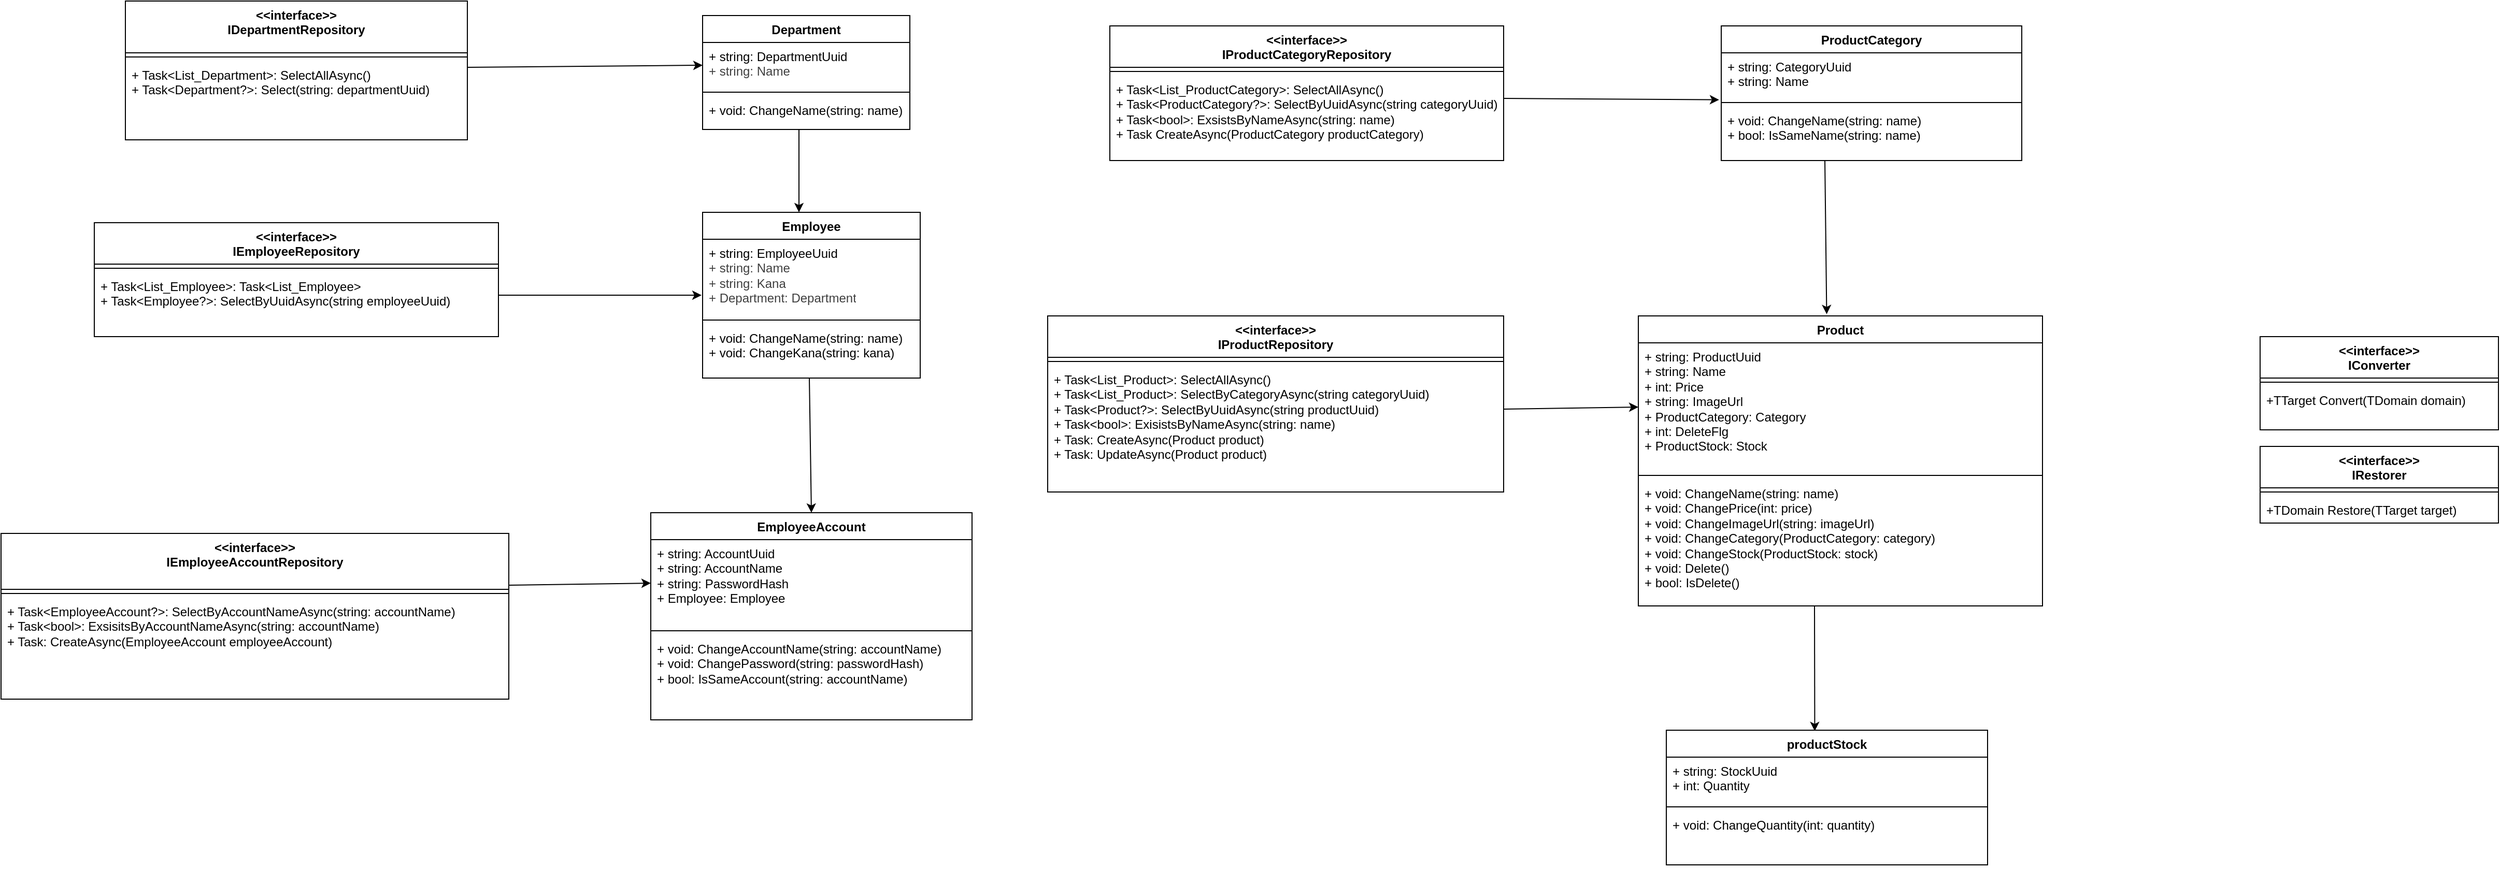
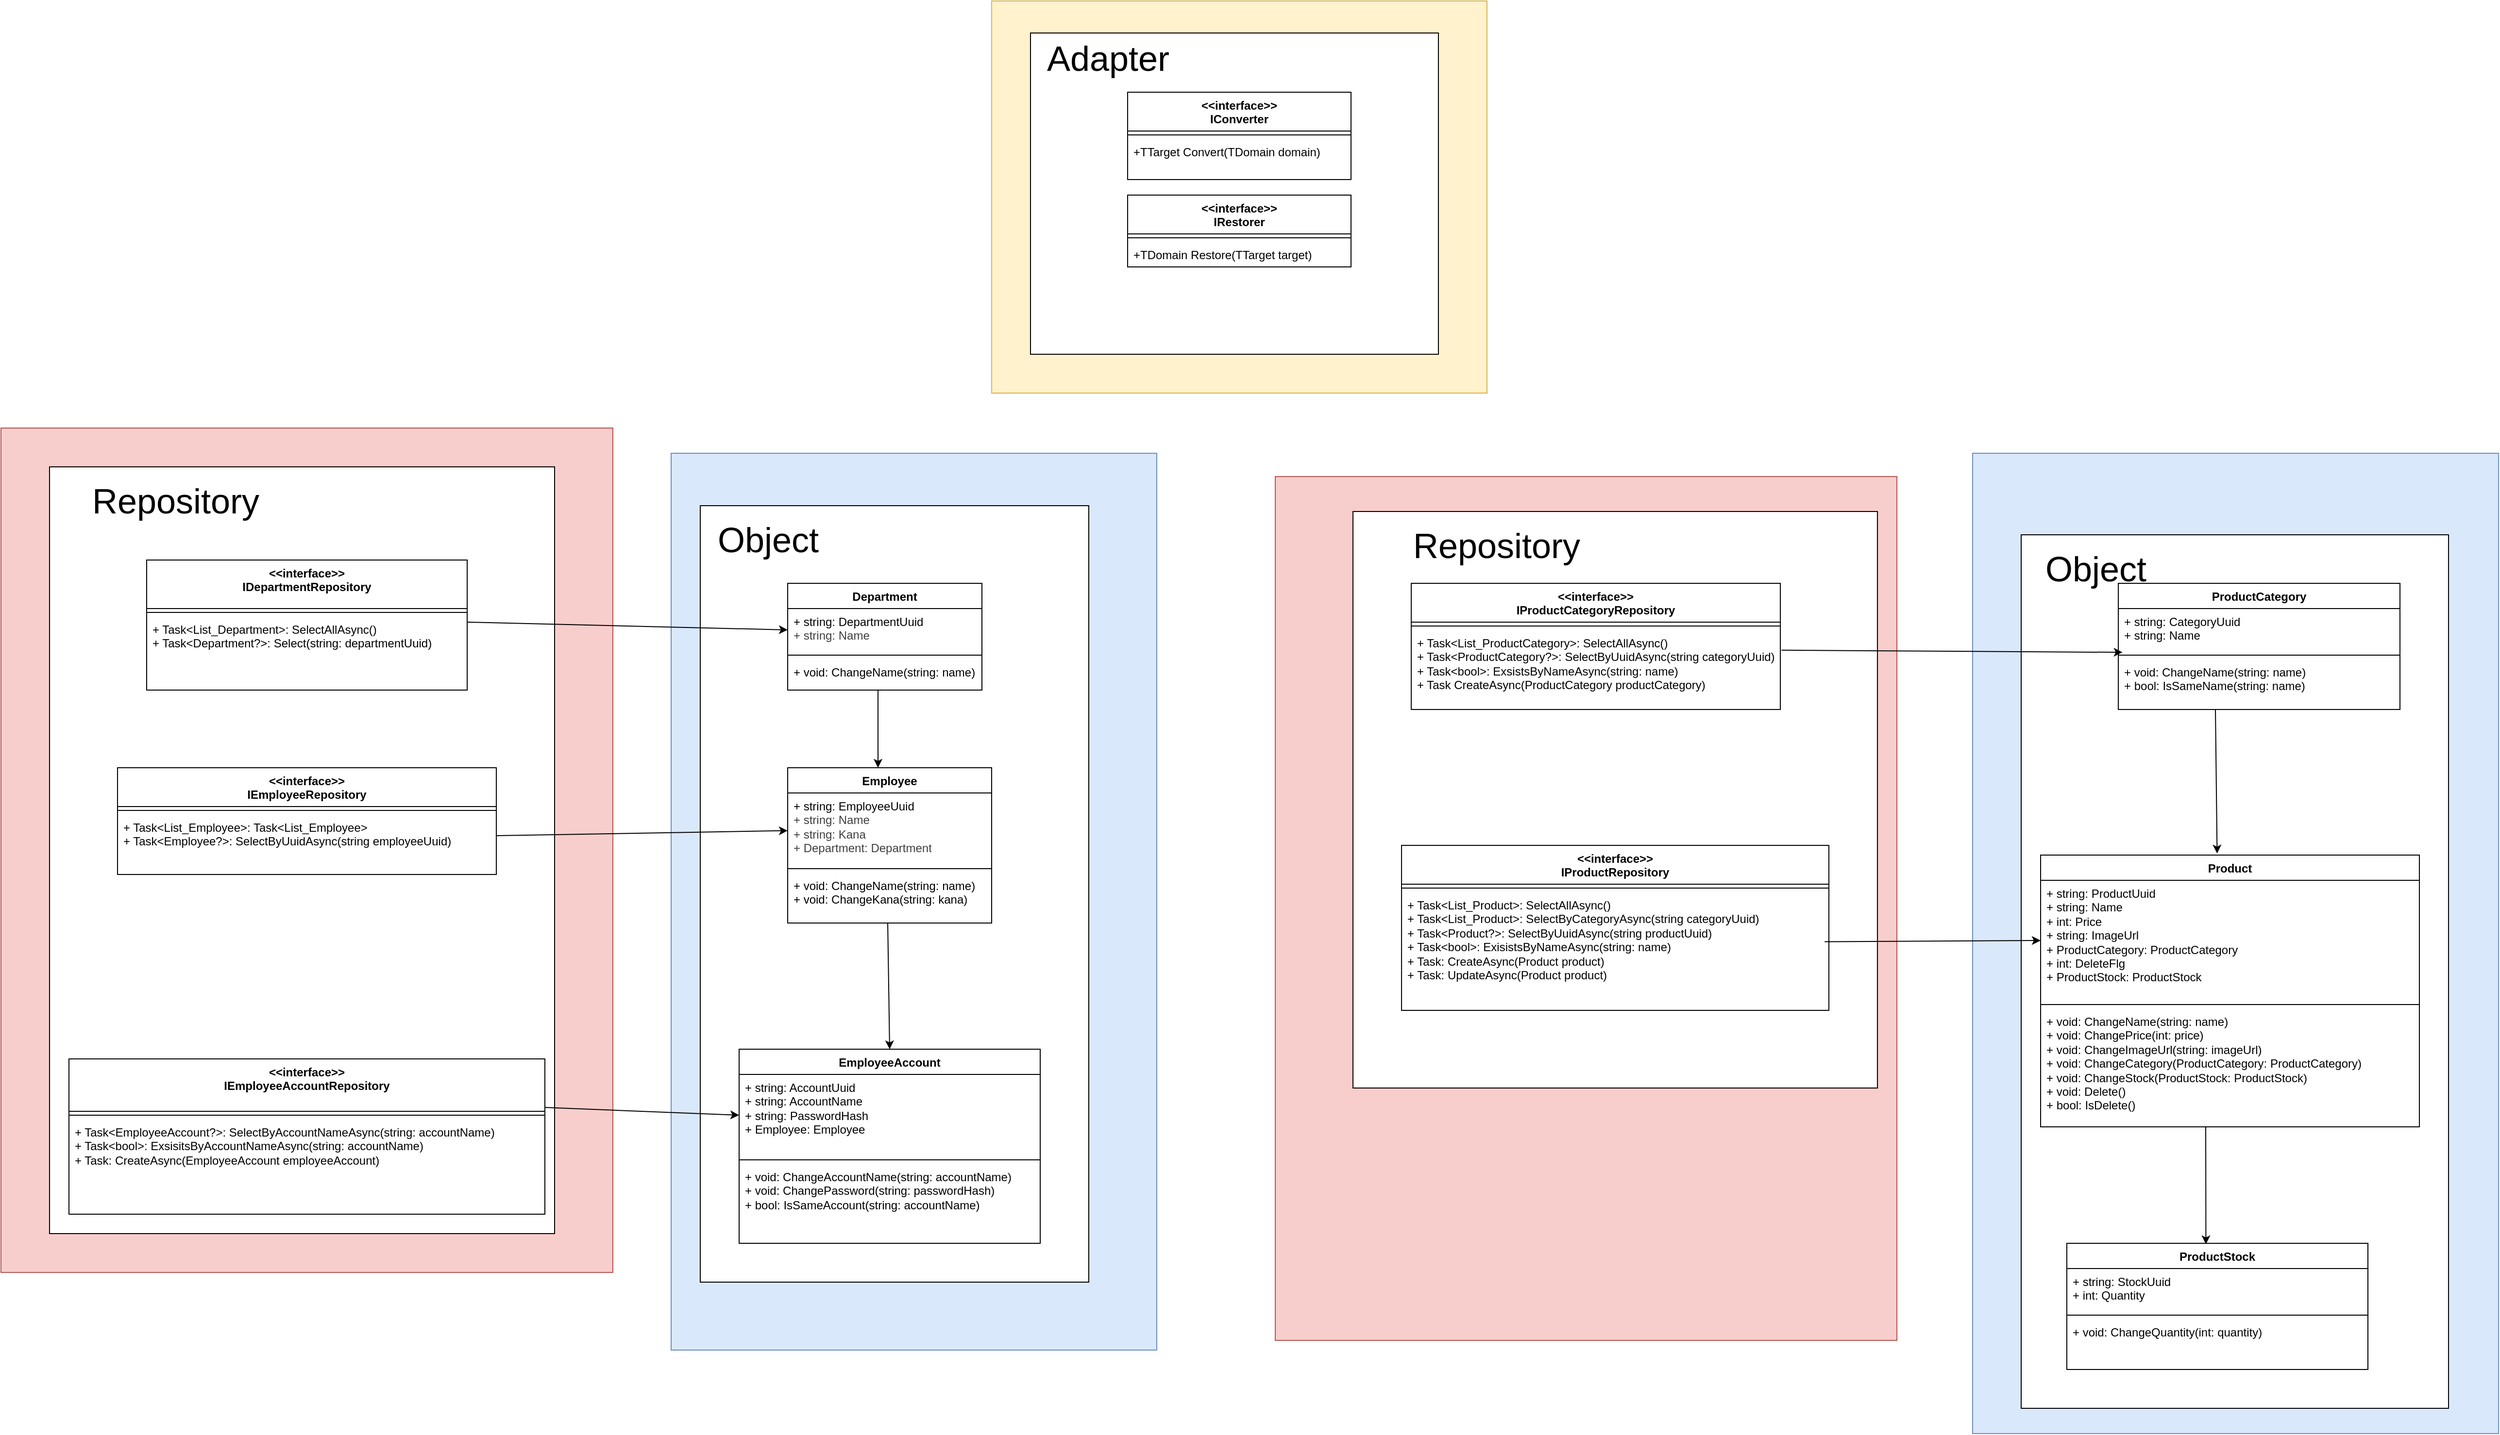
<mxfile host="65bd71144e">
    <diagram id="KKfMD3SemsG6aV6jb4rE" name="ページ1">
-         <mxGraphModel dx="3729" dy="2299" grid="1" gridSize="10" guides="1" tooltips="1" connect="1" arrows="1" fold="1" page="1" pageScale="1" pageWidth="827" pageHeight="1169" math="0" shadow="0">
+         <mxGraphModel dx="3924" dy="2544" grid="1" gridSize="10" guides="1" tooltips="1" connect="1" arrows="1" fold="1" page="1" pageScale="1" pageWidth="827" pageHeight="1169" math="0" shadow="0">
            <root>
                <mxCell id="0"/>
                <mxCell id="1" parent="0"/>
+                 <mxCell id="88" value="" style="rounded=0;whiteSpace=wrap;html=1;fillColor=#dae8fc;strokeColor=#6c8ebf;" vertex="1" parent="1">
+                     <mxGeometry x="420" y="-414" width="541.5" height="1010" as="geometry"/>
+                 </mxCell>
+                 <mxCell id="87" value="" style="rounded=0;whiteSpace=wrap;html=1;" vertex="1" parent="1">
+                     <mxGeometry x="470" y="-330" width="440" height="900" as="geometry"/>
+                 </mxCell>
+                 <mxCell id="85" value="" style="rounded=0;whiteSpace=wrap;html=1;fillColor=#dae8fc;strokeColor=#6c8ebf;" vertex="1" parent="1">
+                     <mxGeometry x="-920" y="-414" width="500" height="924" as="geometry"/>
+                 </mxCell>
+                 <mxCell id="84" value="" style="rounded=0;whiteSpace=wrap;html=1;" vertex="1" parent="1">
+                     <mxGeometry x="-890" y="-360" width="400" height="800" as="geometry"/>
+                 </mxCell>
+                 <mxCell id="82" value="" style="rounded=0;whiteSpace=wrap;html=1;fillColor=#f8cecc;strokeColor=#b85450;" vertex="1" parent="1">
+                     <mxGeometry x="-297.97" y="-390" width="640" height="890" as="geometry"/>
+                 </mxCell>
+                 <mxCell id="80" value="" style="rounded=0;whiteSpace=wrap;html=1;" vertex="1" parent="1">
+                     <mxGeometry x="-217.97" y="-354" width="540" height="594" as="geometry"/>
+                 </mxCell>
+                 <mxCell id="78" value="" style="rounded=0;whiteSpace=wrap;html=1;fillColor=#f8cecc;strokeColor=#b85450;" vertex="1" parent="1">
+                     <mxGeometry x="-1610" y="-440" width="630" height="870" as="geometry"/>
+                 </mxCell>
+                 <mxCell id="77" value="" style="rounded=0;whiteSpace=wrap;html=1;" vertex="1" parent="1">
+                     <mxGeometry x="-1560" y="-400" width="520" height="790" as="geometry"/>
+                 </mxCell>
+                 <mxCell id="76" value="" style="rounded=0;whiteSpace=wrap;html=1;fillColor=#fff2cc;strokeColor=#d6b656;" vertex="1" parent="1">
+                     <mxGeometry x="-590" y="-880" width="510" height="404" as="geometry"/>
+                 </mxCell>
+                 <mxCell id="74" value="" style="rounded=0;whiteSpace=wrap;html=1;" vertex="1" parent="1">
+                     <mxGeometry x="-550" y="-847" width="420" height="331" as="geometry"/>
+                 </mxCell>
                <mxCell id="10" value="EmployeeAccount" style="swimlane;fontStyle=1;align=center;verticalAlign=top;childLayout=stackLayout;horizontal=1;startSize=26;horizontalStack=0;resizeParent=1;resizeParentMax=0;resizeLast=0;collapsible=1;marginBottom=0;whiteSpace=wrap;html=1;" parent="1" vertex="1">
-                     <mxGeometry x="-463" y="190" width="310" height="200" as="geometry"/>
+                     <mxGeometry x="-850" y="200" width="310" height="200" as="geometry"/>
                </mxCell>
                <mxCell id="11" value="+ string: AccountUuid&lt;div&gt;+ string: AccountName&lt;/div&gt;&lt;div&gt;+ string: PasswordHash&lt;/div&gt;&lt;div&gt;+ Employee: Employee&lt;/div&gt;" style="text;strokeColor=none;fillColor=none;align=left;verticalAlign=top;spacingLeft=4;spacingRight=4;overflow=hidden;rotatable=0;points=[[0,0.5],[1,0.5]];portConstraint=eastwest;whiteSpace=wrap;html=1;" parent="10" vertex="1">
                    <mxGeometry y="26" width="310" height="84" as="geometry"/>
                </mxCell>
                <mxCell id="12" value="" style="line;strokeWidth=1;fillColor=none;align=left;verticalAlign=middle;spacingTop=-1;spacingLeft=3;spacingRight=3;rotatable=0;labelPosition=right;points=[];portConstraint=eastwest;strokeColor=inherit;" parent="10" vertex="1">
                    <mxGeometry y="110" width="310" height="8" as="geometry"/>
                </mxCell>
                <mxCell id="13" value="+ void: ChangeAccountName(string: accountName)&lt;div&gt;+ void: ChangePassword(string: passwordHash)&lt;/div&gt;&lt;div&gt;+ bool: IsSameAccount(string: accountName)&lt;/div&gt;" style="text;strokeColor=none;fillColor=none;align=left;verticalAlign=top;spacingLeft=4;spacingRight=4;overflow=hidden;rotatable=0;points=[[0,0.5],[1,0.5]];portConstraint=eastwest;whiteSpace=wrap;html=1;" parent="10" vertex="1">
                    <mxGeometry y="118" width="310" height="82" as="geometry"/>
                </mxCell>
                <mxCell id="14" value="ProductCategory" style="swimlane;fontStyle=1;align=center;verticalAlign=top;childLayout=stackLayout;horizontal=1;startSize=26;horizontalStack=0;resizeParent=1;resizeParentMax=0;resizeLast=0;collapsible=1;marginBottom=0;whiteSpace=wrap;html=1;" parent="1" vertex="1">
                    <mxGeometry x="570" y="-280" width="290" height="130" as="geometry"/>
                </mxCell>
                <mxCell id="15" value="+ string: CategoryUuid&lt;div&gt;+ string: Name&lt;/div&gt;" style="text;strokeColor=none;fillColor=none;align=left;verticalAlign=top;spacingLeft=4;spacingRight=4;overflow=hidden;rotatable=0;points=[[0,0.5],[1,0.5]];portConstraint=eastwest;whiteSpace=wrap;html=1;" parent="14" vertex="1">
                    <mxGeometry y="26" width="290" height="44" as="geometry"/>
                </mxCell>
                <mxCell id="16" value="" style="line;strokeWidth=1;fillColor=none;align=left;verticalAlign=middle;spacingTop=-1;spacingLeft=3;spacingRight=3;rotatable=0;labelPosition=right;points=[];portConstraint=eastwest;strokeColor=inherit;" parent="14" vertex="1">
                    <mxGeometry y="70" width="290" height="8" as="geometry"/>
                </mxCell>
                <mxCell id="70" value="" style="endArrow=classic;html=1;entryX=0.466;entryY=-0.006;entryDx=0;entryDy=0;entryPerimeter=0;" edge="1" parent="14" target="18">
                    <mxGeometry width="50" height="50" relative="1" as="geometry">
                        <mxPoint x="100" y="130" as="sourcePoint"/>
                        <mxPoint x="150" y="80" as="targetPoint"/>
                    </mxGeometry>
                </mxCell>
                <mxCell id="17" value="+ void: ChangeName(string: name)&lt;div&gt;+ bool: IsSameName(string: name)&lt;/div&gt;" style="text;strokeColor=none;fillColor=none;align=left;verticalAlign=top;spacingLeft=4;spacingRight=4;overflow=hidden;rotatable=0;points=[[0,0.5],[1,0.5]];portConstraint=eastwest;whiteSpace=wrap;html=1;" parent="14" vertex="1">
                    <mxGeometry y="78" width="290" height="52" as="geometry"/>
                </mxCell>
                <mxCell id="18" value="Product" style="swimlane;fontStyle=1;align=center;verticalAlign=top;childLayout=stackLayout;horizontal=1;startSize=26;horizontalStack=0;resizeParent=1;resizeParentMax=0;resizeLast=0;collapsible=1;marginBottom=0;whiteSpace=wrap;html=1;" parent="1" vertex="1">
                    <mxGeometry x="490" width="390" height="280" as="geometry"/>
                </mxCell>
-                 <mxCell id="19" value="+ string: ProductUuid&lt;div&gt;+ string: Name&lt;/div&gt;&lt;div&gt;+ int: Price&lt;/div&gt;&lt;div&gt;+ string: ImageUrl&lt;/div&gt;&lt;div&gt;+ ProductCategory: Category&lt;/div&gt;&lt;div&gt;+ int: DeleteFlg&lt;/div&gt;&lt;div&gt;+ ProductStock: Stock&lt;/div&gt;" style="text;strokeColor=none;fillColor=none;align=left;verticalAlign=top;spacingLeft=4;spacingRight=4;overflow=hidden;rotatable=0;points=[[0,0.5],[1,0.5]];portConstraint=eastwest;whiteSpace=wrap;html=1;" parent="18" vertex="1">
+                 <mxCell id="19" value="+ string: ProductUuid&lt;div&gt;+ string: Name&lt;/div&gt;&lt;div&gt;+ int: Price&lt;/div&gt;&lt;div&gt;+ string: ImageUrl&lt;/div&gt;&lt;div&gt;+ ProductCategory: ProductCategory&lt;/div&gt;&lt;div&gt;+ int: DeleteFlg&lt;/div&gt;&lt;div&gt;+ ProductStock: ProductStock&lt;/div&gt;" style="text;strokeColor=none;fillColor=none;align=left;verticalAlign=top;spacingLeft=4;spacingRight=4;overflow=hidden;rotatable=0;points=[[0,0.5],[1,0.5]];portConstraint=eastwest;whiteSpace=wrap;html=1;" parent="18" vertex="1">
                    <mxGeometry y="26" width="390" height="124" as="geometry"/>
                </mxCell>
                <mxCell id="20" value="" style="line;strokeWidth=1;fillColor=none;align=left;verticalAlign=middle;spacingTop=-1;spacingLeft=3;spacingRight=3;rotatable=0;labelPosition=right;points=[];portConstraint=eastwest;strokeColor=inherit;" parent="18" vertex="1">
                    <mxGeometry y="150" width="390" height="8" as="geometry"/>
                </mxCell>
-                 <mxCell id="21" value="+ void: ChangeName(string: name)&lt;div&gt;+ void: ChangePrice(int: price)&lt;/div&gt;&lt;div&gt;+ void: ChangeImageUrl(string: imageUrl)&lt;/div&gt;&lt;div&gt;+ void: ChangeCategory(ProductCategory: category)&lt;/div&gt;&lt;div&gt;+ void: ChangeStock(ProductStock: stock)&lt;/div&gt;&lt;div&gt;+ void: Delete()&lt;/div&gt;&lt;div&gt;+ bool: IsDelete()&amp;nbsp;&lt;/div&gt;" style="text;strokeColor=none;fillColor=none;align=left;verticalAlign=top;spacingLeft=4;spacingRight=4;overflow=hidden;rotatable=0;points=[[0,0.5],[1,0.5]];portConstraint=eastwest;whiteSpace=wrap;html=1;" parent="18" vertex="1">
+                 <mxCell id="21" value="+ void: ChangeName(string: name)&lt;div&gt;+ void: ChangePrice(int: price)&lt;/div&gt;&lt;div&gt;+ void: ChangeImageUrl(string: imageUrl)&lt;/div&gt;&lt;div&gt;+ void: ChangeCategory(ProductCategory: ProductCategory)&lt;/div&gt;&lt;div&gt;+ void: ChangeStock(ProductStock: ProductStock)&lt;/div&gt;&lt;div&gt;+ void: Delete()&lt;/div&gt;&lt;div&gt;+ bool: IsDelete()&amp;nbsp;&lt;/div&gt;" style="text;strokeColor=none;fillColor=none;align=left;verticalAlign=top;spacingLeft=4;spacingRight=4;overflow=hidden;rotatable=0;points=[[0,0.5],[1,0.5]];portConstraint=eastwest;whiteSpace=wrap;html=1;" parent="18" vertex="1">
                    <mxGeometry y="158" width="390" height="122" as="geometry"/>
                </mxCell>
                <mxCell id="71" value="" style="endArrow=classic;html=1;entryX=0.462;entryY=0.007;entryDx=0;entryDy=0;entryPerimeter=0;" edge="1" parent="18" target="22">
                    <mxGeometry width="50" height="50" relative="1" as="geometry">
                        <mxPoint x="170" y="280" as="sourcePoint"/>
                        <mxPoint x="220" y="230" as="targetPoint"/>
                    </mxGeometry>
                </mxCell>
-                 <mxCell id="22" value="productStock" style="swimlane;fontStyle=1;align=center;verticalAlign=top;childLayout=stackLayout;horizontal=1;startSize=26;horizontalStack=0;resizeParent=1;resizeParentMax=0;resizeLast=0;collapsible=1;marginBottom=0;whiteSpace=wrap;html=1;" parent="1" vertex="1">
+                 <mxCell id="22" value="ProductStock" style="swimlane;fontStyle=1;align=center;verticalAlign=top;childLayout=stackLayout;horizontal=1;startSize=26;horizontalStack=0;resizeParent=1;resizeParentMax=0;resizeLast=0;collapsible=1;marginBottom=0;whiteSpace=wrap;html=1;" parent="1" vertex="1">
                    <mxGeometry x="517" y="400" width="310" height="130" as="geometry"/>
                </mxCell>
                <mxCell id="23" value="+ string: StockUuid&lt;div&gt;+ int: Quantity&lt;/div&gt;" style="text;strokeColor=none;fillColor=none;align=left;verticalAlign=top;spacingLeft=4;spacingRight=4;overflow=hidden;rotatable=0;points=[[0,0.5],[1,0.5]];portConstraint=eastwest;whiteSpace=wrap;html=1;" parent="22" vertex="1">
                    <mxGeometry y="26" width="310" height="44" as="geometry"/>
                </mxCell>
                <mxCell id="24" value="" style="line;strokeWidth=1;fillColor=none;align=left;verticalAlign=middle;spacingTop=-1;spacingLeft=3;spacingRight=3;rotatable=0;labelPosition=right;points=[];portConstraint=eastwest;strokeColor=inherit;" parent="22" vertex="1">
                    <mxGeometry y="70" width="310" height="8" as="geometry"/>
                </mxCell>
                <mxCell id="25" value="+ void: ChangeQuantity(int: quantity)&lt;div&gt;&lt;br&gt;&lt;/div&gt;" style="text;strokeColor=none;fillColor=none;align=left;verticalAlign=top;spacingLeft=4;spacingRight=4;overflow=hidden;rotatable=0;points=[[0,0.5],[1,0.5]];portConstraint=eastwest;whiteSpace=wrap;html=1;" parent="22" vertex="1">
                    <mxGeometry y="78" width="310" height="52" as="geometry"/>
                </mxCell>
                <mxCell id="26" value="&lt;span style=&quot;color: rgb(0, 0, 0);&quot;&gt;Department&lt;/span&gt;" style="swimlane;fontStyle=1;align=center;verticalAlign=top;childLayout=stackLayout;horizontal=1;startSize=26;horizontalStack=0;resizeParent=1;resizeParentMax=0;resizeLast=0;collapsible=1;marginBottom=0;whiteSpace=wrap;html=1;" parent="1" vertex="1">
-                     <mxGeometry x="-413" y="-290" width="200" height="110" as="geometry"/>
+                     <mxGeometry x="-800" y="-280" width="200" height="110" as="geometry"/>
                </mxCell>
                <mxCell id="27" value="&lt;span style=&quot;color: rgb(0, 0, 0);&quot;&gt;+ string: DepartmentUuid&lt;/span&gt;&lt;div style=&quot;color: rgb(63, 63, 63); scrollbar-color: rgb(226, 226, 226) rgb(251, 251, 251);&quot;&gt;+ string: Name&amp;nbsp;&lt;/div&gt;" style="text;strokeColor=none;fillColor=none;align=left;verticalAlign=top;spacingLeft=4;spacingRight=4;overflow=hidden;rotatable=0;points=[[0,0.5],[1,0.5]];portConstraint=eastwest;whiteSpace=wrap;html=1;" parent="26" vertex="1">
                    <mxGeometry y="26" width="200" height="44" as="geometry"/>
                </mxCell>
                <mxCell id="28" value="" style="line;strokeWidth=1;fillColor=none;align=left;verticalAlign=middle;spacingTop=-1;spacingLeft=3;spacingRight=3;rotatable=0;labelPosition=right;points=[];portConstraint=eastwest;strokeColor=inherit;" parent="26" vertex="1">
                    <mxGeometry y="70" width="200" height="8" as="geometry"/>
                </mxCell>
                <mxCell id="29" value="+ void: ChangeName(string: name)" style="text;strokeColor=none;fillColor=none;align=left;verticalAlign=top;spacingLeft=4;spacingRight=4;overflow=hidden;rotatable=0;points=[[0,0.5],[1,0.5]];portConstraint=eastwest;whiteSpace=wrap;html=1;" parent="26" vertex="1">
                    <mxGeometry y="78" width="200" height="32" as="geometry"/>
                </mxCell>
                <mxCell id="30" value="&lt;span style=&quot;color: rgb(0, 0, 0);&quot;&gt;Employee&lt;/span&gt;" style="swimlane;fontStyle=1;align=center;verticalAlign=top;childLayout=stackLayout;horizontal=1;startSize=26;horizontalStack=0;resizeParent=1;resizeParentMax=0;resizeLast=0;collapsible=1;marginBottom=0;whiteSpace=wrap;html=1;" parent="1" vertex="1">
-                     <mxGeometry x="-413" y="-100" width="210" height="160" as="geometry"/>
+                     <mxGeometry x="-800" y="-90" width="210" height="160" as="geometry"/>
                </mxCell>
                <mxCell id="31" value="&lt;span style=&quot;color: rgb(0, 0, 0);&quot;&gt;+ string: EmployeeUuid&lt;/span&gt;&lt;div style=&quot;color: rgb(63, 63, 63); scrollbar-color: rgb(226, 226, 226) rgb(251, 251, 251);&quot;&gt;+ string: Name&lt;/div&gt;&lt;div style=&quot;color: rgb(63, 63, 63); scrollbar-color: rgb(226, 226, 226) rgb(251, 251, 251);&quot;&gt;+ string: Kana&lt;/div&gt;&lt;div style=&quot;color: rgb(63, 63, 63); scrollbar-color: rgb(226, 226, 226) rgb(251, 251, 251);&quot;&gt;+ Department: Department&lt;/div&gt;" style="text;strokeColor=none;fillColor=none;align=left;verticalAlign=top;spacingLeft=4;spacingRight=4;overflow=hidden;rotatable=0;points=[[0,0.5],[1,0.5]];portConstraint=eastwest;whiteSpace=wrap;html=1;" parent="30" vertex="1">
                    <mxGeometry y="26" width="210" height="74" as="geometry"/>
                </mxCell>
                <mxCell id="32" value="" style="line;strokeWidth=1;fillColor=none;align=left;verticalAlign=middle;spacingTop=-1;spacingLeft=3;spacingRight=3;rotatable=0;labelPosition=right;points=[];portConstraint=eastwest;strokeColor=inherit;" parent="30" vertex="1">
                    <mxGeometry y="100" width="210" height="8" as="geometry"/>
                </mxCell>
                <mxCell id="66" value="" style="endArrow=classic;html=1;entryX=0.5;entryY=0;entryDx=0;entryDy=0;" edge="1" parent="30" target="10">
                    <mxGeometry width="50" height="50" relative="1" as="geometry">
                        <mxPoint x="103" y="160" as="sourcePoint"/>
                        <mxPoint x="153" y="110" as="targetPoint"/>
                    </mxGeometry>
                </mxCell>
                <mxCell id="33" value="+ void: ChangeName(string: name)&lt;div&gt;+ void: ChangeKana(string: kana)&lt;/div&gt;" style="text;strokeColor=none;fillColor=none;align=left;verticalAlign=top;spacingLeft=4;spacingRight=4;overflow=hidden;rotatable=0;points=[[0,0.5],[1,0.5]];portConstraint=eastwest;whiteSpace=wrap;html=1;" parent="30" vertex="1">
                    <mxGeometry y="108" width="210" height="52" as="geometry"/>
                </mxCell>
                <mxCell id="34" value="&amp;lt;&amp;lt;interface&amp;gt;&amp;gt;&lt;div&gt;IConverter&lt;/div&gt;" style="swimlane;fontStyle=1;align=center;verticalAlign=top;childLayout=stackLayout;horizontal=1;startSize=40;horizontalStack=0;resizeParent=1;resizeParentMax=0;resizeLast=0;collapsible=1;marginBottom=0;whiteSpace=wrap;html=1;" vertex="1" parent="1">
-                     <mxGeometry x="1090" y="20" width="230" height="90" as="geometry"/>
+                     <mxGeometry x="-450" y="-786" width="230" height="90" as="geometry"/>
                </mxCell>
                <mxCell id="35" value="" style="line;strokeWidth=1;fillColor=none;align=left;verticalAlign=middle;spacingTop=-1;spacingLeft=3;spacingRight=3;rotatable=0;labelPosition=right;points=[];portConstraint=eastwest;strokeColor=inherit;" vertex="1" parent="34">
                    <mxGeometry y="40" width="230" height="8" as="geometry"/>
                </mxCell>
                <mxCell id="36" value="+TTarget Convert(TDomain domain)" style="text;strokeColor=none;fillColor=none;align=left;verticalAlign=top;spacingLeft=4;spacingRight=4;overflow=hidden;rotatable=0;points=[[0,0.5],[1,0.5]];portConstraint=eastwest;whiteSpace=wrap;html=1;" vertex="1" parent="34">
                    <mxGeometry y="48" width="230" height="42" as="geometry"/>
                </mxCell>
                <mxCell id="37" value="&amp;lt;&amp;lt;interface&amp;gt;&amp;gt;&lt;div&gt;IRestorer&lt;/div&gt;" style="swimlane;fontStyle=1;align=center;verticalAlign=top;childLayout=stackLayout;horizontal=1;startSize=40;horizontalStack=0;resizeParent=1;resizeParentMax=0;resizeLast=0;collapsible=1;marginBottom=0;whiteSpace=wrap;html=1;" vertex="1" parent="1">
-                     <mxGeometry x="1090" y="126" width="230" height="74" as="geometry"/>
+                     <mxGeometry x="-450" y="-680" width="230" height="74" as="geometry"/>
                </mxCell>
                <mxCell id="38" value="" style="line;strokeWidth=1;fillColor=none;align=left;verticalAlign=middle;spacingTop=-1;spacingLeft=3;spacingRight=3;rotatable=0;labelPosition=right;points=[];portConstraint=eastwest;strokeColor=inherit;" vertex="1" parent="37">
                    <mxGeometry y="40" width="230" height="8" as="geometry"/>
                </mxCell>
                <mxCell id="39" value="+TDomain Restore(TTarget target)" style="text;strokeColor=none;fillColor=none;align=left;verticalAlign=top;spacingLeft=4;spacingRight=4;overflow=hidden;rotatable=0;points=[[0,0.5],[1,0.5]];portConstraint=eastwest;whiteSpace=wrap;html=1;" vertex="1" parent="37">
                    <mxGeometry y="48" width="230" height="26" as="geometry"/>
                </mxCell>
                <mxCell id="40" value="&amp;lt;&amp;lt;interface&amp;gt;&amp;gt;&lt;br&gt;IDepartmentRepository" style="swimlane;fontStyle=1;align=center;verticalAlign=top;childLayout=stackLayout;horizontal=1;startSize=50;horizontalStack=0;resizeParent=1;resizeParentMax=0;resizeLast=0;collapsible=1;marginBottom=0;whiteSpace=wrap;html=1;" vertex="1" parent="1">
-                     <mxGeometry x="-970" y="-304" width="330" height="134" as="geometry"/>
+                     <mxGeometry x="-1460" y="-304" width="330" height="134" as="geometry"/>
                </mxCell>
                <mxCell id="42" value="" style="line;strokeWidth=1;fillColor=none;align=left;verticalAlign=middle;spacingTop=-1;spacingLeft=3;spacingRight=3;rotatable=0;labelPosition=right;points=[];portConstraint=eastwest;strokeColor=inherit;" vertex="1" parent="40">
                    <mxGeometry y="50" width="330" height="8" as="geometry"/>
                </mxCell>
                <mxCell id="43" value="+ Task&amp;lt;List_Department&amp;gt;: SelectAllAsync()&lt;div&gt;+ Task&amp;lt;Department?&amp;gt;: Select(string: departmentUuid)&lt;/div&gt;" style="text;strokeColor=none;fillColor=none;align=left;verticalAlign=top;spacingLeft=4;spacingRight=4;overflow=hidden;rotatable=0;points=[[0,0.5],[1,0.5]];portConstraint=eastwest;whiteSpace=wrap;html=1;" vertex="1" parent="40">
                    <mxGeometry y="58" width="330" height="76" as="geometry"/>
                </mxCell>
                <mxCell id="45" value="&amp;lt;&amp;lt;interface&amp;gt;&amp;gt;&lt;br&gt;IEmployeeRepository" style="swimlane;fontStyle=1;align=center;verticalAlign=top;childLayout=stackLayout;horizontal=1;startSize=40;horizontalStack=0;resizeParent=1;resizeParentMax=0;resizeLast=0;collapsible=1;marginBottom=0;whiteSpace=wrap;html=1;" vertex="1" parent="1">
-                     <mxGeometry x="-1000" y="-90" width="390" height="110" as="geometry"/>
+                     <mxGeometry x="-1490" y="-90" width="390" height="110" as="geometry"/>
                </mxCell>
                <mxCell id="47" value="" style="line;strokeWidth=1;fillColor=none;align=left;verticalAlign=middle;spacingTop=-1;spacingLeft=3;spacingRight=3;rotatable=0;labelPosition=right;points=[];portConstraint=eastwest;strokeColor=inherit;" vertex="1" parent="45">
                    <mxGeometry y="40" width="390" height="8" as="geometry"/>
                </mxCell>
                <mxCell id="48" value="&lt;span style=&quot;color: rgb(0, 0, 0);&quot;&gt;+ Task&amp;lt;List_Employee&amp;gt;: Task&amp;lt;List_Employee&amp;gt;&lt;br&gt;+ Task&amp;lt;Employee?&amp;gt;: SelectByUuidAsync(string employeeUuid)&lt;/span&gt;" style="text;strokeColor=none;fillColor=none;align=left;verticalAlign=top;spacingLeft=4;spacingRight=4;overflow=hidden;rotatable=0;points=[[0,0.5],[1,0.5]];portConstraint=eastwest;whiteSpace=wrap;html=1;" vertex="1" parent="45">
                    <mxGeometry y="48" width="390" height="62" as="geometry"/>
                </mxCell>
                <mxCell id="49" value="&amp;lt;&amp;lt;interface&amp;gt;&amp;gt;&lt;br&gt;IEmployeeAccountRepository" style="swimlane;fontStyle=1;align=center;verticalAlign=top;childLayout=stackLayout;horizontal=1;startSize=54;horizontalStack=0;resizeParent=1;resizeParentMax=0;resizeLast=0;collapsible=1;marginBottom=0;whiteSpace=wrap;html=1;" vertex="1" parent="1">
-                     <mxGeometry x="-1090" y="210" width="490" height="160" as="geometry"/>
+                     <mxGeometry x="-1540" y="210" width="490" height="160" as="geometry"/>
                </mxCell>
                <mxCell id="51" value="" style="line;strokeWidth=1;fillColor=none;align=left;verticalAlign=middle;spacingTop=-1;spacingLeft=3;spacingRight=3;rotatable=0;labelPosition=right;points=[];portConstraint=eastwest;strokeColor=inherit;" vertex="1" parent="49">
                    <mxGeometry y="54" width="490" height="8" as="geometry"/>
                </mxCell>
                <mxCell id="52" value="+ Task&amp;lt;EmployeeAccount?&amp;gt;: SelectByAccountNameAsync(string: accountName)&lt;div&gt;+ Task&amp;lt;bool&amp;gt;: ExsisitsByAccountNameAsync(string: accountName)&lt;/div&gt;&lt;div&gt;+ Task: CreateAsync(EmployeeAccount employeeAccount)&lt;/div&gt;" style="text;strokeColor=none;fillColor=none;align=left;verticalAlign=top;spacingLeft=4;spacingRight=4;overflow=hidden;rotatable=0;points=[[0,0.5],[1,0.5]];portConstraint=eastwest;whiteSpace=wrap;html=1;" vertex="1" parent="49">
                    <mxGeometry y="62" width="490" height="98" as="geometry"/>
                </mxCell>
                <mxCell id="53" value="&amp;lt;&amp;lt;interface&amp;gt;&amp;gt;&lt;br&gt;IProductCategoryRepository" style="swimlane;fontStyle=1;align=center;verticalAlign=top;childLayout=stackLayout;horizontal=1;startSize=40;horizontalStack=0;resizeParent=1;resizeParentMax=0;resizeLast=0;collapsible=1;marginBottom=0;whiteSpace=wrap;html=1;" vertex="1" parent="1">
-                     <mxGeometry x="-20" y="-280" width="380" height="130" as="geometry"/>
+                     <mxGeometry x="-157.97" y="-280" width="380" height="130" as="geometry"/>
                </mxCell>
                <mxCell id="55" value="" style="line;strokeWidth=1;fillColor=none;align=left;verticalAlign=middle;spacingTop=-1;spacingLeft=3;spacingRight=3;rotatable=0;labelPosition=right;points=[];portConstraint=eastwest;strokeColor=inherit;" vertex="1" parent="53">
                    <mxGeometry y="40" width="380" height="8" as="geometry"/>
                </mxCell>
                <mxCell id="56" value="+ Task&amp;lt;List_ProductCategory&amp;gt;: SelectAllAsync()&lt;div&gt;+ Task&amp;lt;ProductCategory?&amp;gt;: SelectByUuidAsync(string categoryUuid)&lt;/div&gt;&lt;div&gt;+ Task&amp;lt;bool&amp;gt;: ExsistsByNameAsync(string: name)&lt;/div&gt;&lt;div&gt;+ Task CreateAsync(ProductCategory productCategory)&lt;/div&gt;" style="text;strokeColor=none;fillColor=none;align=left;verticalAlign=top;spacingLeft=4;spacingRight=4;overflow=hidden;rotatable=0;points=[[0,0.5],[1,0.5]];portConstraint=eastwest;whiteSpace=wrap;html=1;" vertex="1" parent="53">
                    <mxGeometry y="48" width="380" height="82" as="geometry"/>
                </mxCell>
                <mxCell id="58" value="&amp;lt;&amp;lt;interface&amp;gt;&amp;gt;&lt;div&gt;IProductRepository&lt;/div&gt;" style="swimlane;fontStyle=1;align=center;verticalAlign=top;childLayout=stackLayout;horizontal=1;startSize=40;horizontalStack=0;resizeParent=1;resizeParentMax=0;resizeLast=0;collapsible=1;marginBottom=0;whiteSpace=wrap;html=1;" vertex="1" parent="1">
-                     <mxGeometry x="-80" width="440" height="170" as="geometry"/>
+                     <mxGeometry x="-167.97" y="-10" width="440" height="170" as="geometry"/>
                </mxCell>
                <mxCell id="60" value="" style="line;strokeWidth=1;fillColor=none;align=left;verticalAlign=middle;spacingTop=-1;spacingLeft=3;spacingRight=3;rotatable=0;labelPosition=right;points=[];portConstraint=eastwest;strokeColor=inherit;" vertex="1" parent="58">
                    <mxGeometry y="40" width="440" height="8" as="geometry"/>
                </mxCell>
                <mxCell id="61" value="+ Task&amp;lt;List_Product&amp;gt;: SelectAllAsync()&lt;div&gt;+ Task&amp;lt;List_Product&amp;gt;: SelectByCategoryAsync(string categoryUuid)&lt;/div&gt;&lt;div&gt;+ Task&amp;lt;Product?&amp;gt;: SelectByUuidAsync(string productUuid)&lt;/div&gt;&lt;div&gt;+ Task&amp;lt;bool&amp;gt;: ExisistsByNameAsync(string: name)&lt;/div&gt;&lt;div&gt;+ Task: CreateAsync(Product product)&lt;/div&gt;&lt;div&gt;+ Task: UpdateAsync(Product product)&lt;/div&gt;" style="text;strokeColor=none;fillColor=none;align=left;verticalAlign=top;spacingLeft=4;spacingRight=4;overflow=hidden;rotatable=0;points=[[0,0.5],[1,0.5]];portConstraint=eastwest;whiteSpace=wrap;html=1;" vertex="1" parent="58">
                    <mxGeometry y="48" width="440" height="122" as="geometry"/>
                </mxCell>
                <mxCell id="65" value="" style="endArrow=classic;html=1;" edge="1" parent="1">
                    <mxGeometry width="50" height="50" relative="1" as="geometry">
-                         <mxPoint x="-320" y="-180" as="sourcePoint"/>
-                         <mxPoint x="-320" y="-100" as="targetPoint"/>
+                         <mxPoint x="-707" y="-170" as="sourcePoint"/>
+                         <mxPoint x="-707" y="-90" as="targetPoint"/>
                    </mxGeometry>
                </mxCell>
                <mxCell id="67" value="" style="endArrow=classic;html=1;entryX=0;entryY=0.5;entryDx=0;entryDy=0;" edge="1" parent="1" target="27">
                    <mxGeometry width="50" height="50" relative="1" as="geometry">
-                         <mxPoint x="-640" y="-240" as="sourcePoint"/>
-                         <mxPoint x="-590" y="-290" as="targetPoint"/>
-                     </mxGeometry>
-                 </mxCell>
-                 <mxCell id="68" value="" style="endArrow=classic;html=1;" edge="1" parent="1">
-                     <mxGeometry width="50" height="50" relative="1" as="geometry">
-                         <mxPoint x="-610" y="-20" as="sourcePoint"/>
-                         <mxPoint x="-414" y="-20" as="targetPoint"/>
+                         <mxPoint x="-1130" y="-240" as="sourcePoint"/>
+                         <mxPoint x="-903" y="-242" as="targetPoint"/>
+                     </mxGeometry>
+                 </mxCell>
+                 <mxCell id="68" value="" style="endArrow=classic;html=1;" edge="1" parent="1" target="31">
+                     <mxGeometry width="50" height="50" relative="1" as="geometry">
+                         <mxPoint x="-1100" y="-20" as="sourcePoint"/>
+                         <mxPoint x="-904" y="-20" as="targetPoint"/>
                    </mxGeometry>
                </mxCell>
                <mxCell id="69" value="" style="endArrow=classic;html=1;entryX=0;entryY=0.5;entryDx=0;entryDy=0;" edge="1" parent="1" target="11">
                    <mxGeometry width="50" height="50" relative="1" as="geometry">
-                         <mxPoint x="-600" y="260" as="sourcePoint"/>
-                         <mxPoint x="-550" y="210" as="targetPoint"/>
-                     </mxGeometry>
-                 </mxCell>
-                 <mxCell id="72" value="" style="endArrow=classic;html=1;entryX=-0.007;entryY=1.03;entryDx=0;entryDy=0;entryPerimeter=0;" edge="1" parent="1" target="15">
-                     <mxGeometry width="50" height="50" relative="1" as="geometry">
-                         <mxPoint x="360" y="-210" as="sourcePoint"/>
-                         <mxPoint x="410" y="-260" as="targetPoint"/>
-                     </mxGeometry>
-                 </mxCell>
-                 <mxCell id="73" value="" style="endArrow=classic;html=1;entryX=0;entryY=0.5;entryDx=0;entryDy=0;" edge="1" parent="1" target="19">
-                     <mxGeometry width="50" height="50" relative="1" as="geometry">
-                         <mxPoint x="360" y="90" as="sourcePoint"/>
-                         <mxPoint x="410" y="40" as="targetPoint"/>
-                     </mxGeometry>
+                         <mxPoint x="-1050" y="260" as="sourcePoint"/>
+                         <mxPoint x="-953" y="258" as="targetPoint"/>
+                     </mxGeometry>
+                 </mxCell>
+                 <mxCell id="72" value="" style="endArrow=classic;html=1;entryX=0.015;entryY=1.025;entryDx=0;entryDy=0;entryPerimeter=0;exitX=1.003;exitY=0.255;exitDx=0;exitDy=0;exitPerimeter=0;" edge="1" parent="1" source="56" target="15">
+                     <mxGeometry width="50" height="50" relative="1" as="geometry">
+                         <mxPoint x="282.03" y="-210" as="sourcePoint"/>
+                         <mxPoint x="490.0000000000002" y="-208.67999999999984" as="targetPoint"/>
+                     </mxGeometry>
+                 </mxCell>
+                 <mxCell id="73" value="" style="endArrow=classic;html=1;entryX=0;entryY=0.5;entryDx=0;entryDy=0;exitX=0.99;exitY=0.42;exitDx=0;exitDy=0;exitPerimeter=0;" edge="1" parent="1" source="61" target="19">
+                     <mxGeometry width="50" height="50" relative="1" as="geometry">
+                         <mxPoint x="282.03" y="90" as="sourcePoint"/>
+                         <mxPoint x="412.03" y="88" as="targetPoint"/>
+                     </mxGeometry>
+                 </mxCell>
+                 <mxCell id="75" value="&lt;font style=&quot;font-size: 36px;&quot;&gt;Adapter&lt;/font&gt;" style="text;html=1;align=center;verticalAlign=middle;whiteSpace=wrap;rounded=0;" vertex="1" parent="1">
+                     <mxGeometry x="-500" y="-836" width="60" height="30" as="geometry"/>
+                 </mxCell>
+                 <mxCell id="79" value="&lt;font style=&quot;font-size: 36px;&quot;&gt;Repository&lt;/font&gt;" style="text;html=1;align=center;verticalAlign=middle;whiteSpace=wrap;rounded=0;" vertex="1" parent="1">
+                     <mxGeometry x="-1460" y="-380" width="60" height="30" as="geometry"/>
+                 </mxCell>
+                 <mxCell id="81" value="&lt;font style=&quot;font-size: 36px;&quot;&gt;Repository&lt;/font&gt;" style="text;html=1;align=center;verticalAlign=middle;whiteSpace=wrap;rounded=0;" vertex="1" parent="1">
+                     <mxGeometry x="-100" y="-334" width="60" height="30" as="geometry"/>
+                 </mxCell>
+                 <mxCell id="86" value="&lt;font style=&quot;font-size: 36px;&quot;&gt;Object&lt;/font&gt;" style="text;html=1;align=center;verticalAlign=middle;whiteSpace=wrap;rounded=0;" vertex="1" parent="1">
+                     <mxGeometry x="-850" y="-340" width="60" height="30" as="geometry"/>
+                 </mxCell>
+                 <mxCell id="90" value="&lt;font style=&quot;font-size: 36px;&quot;&gt;Object&lt;/font&gt;" style="text;html=1;align=center;verticalAlign=middle;whiteSpace=wrap;rounded=0;" vertex="1" parent="1">
+                     <mxGeometry x="517" y="-310" width="60" height="30" as="geometry"/>
                </mxCell>
            </root>
        </mxGraphModel>
    </diagram>
</mxfile>